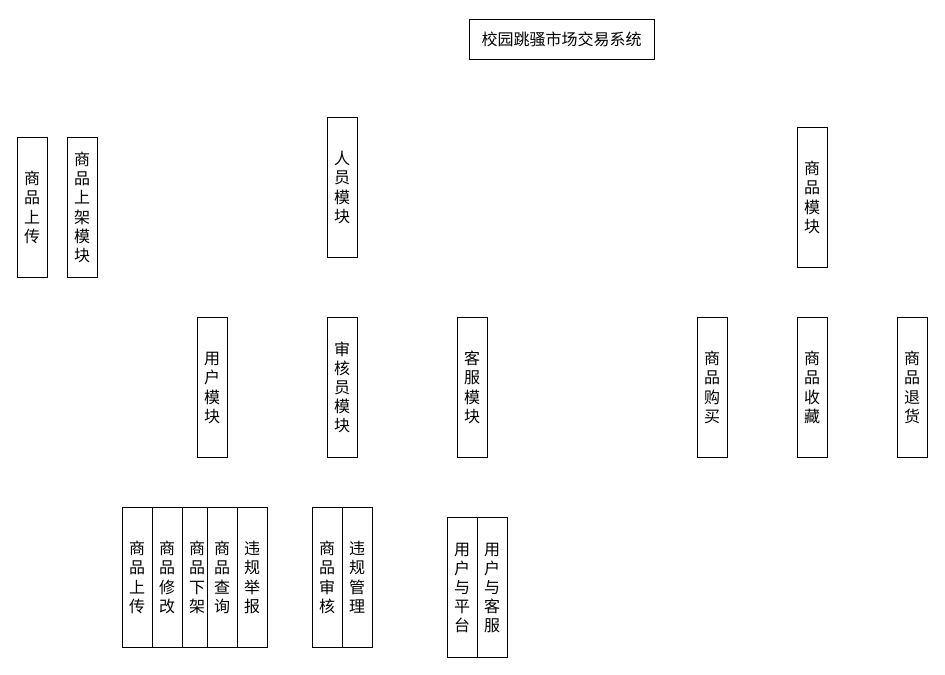
The draw.io diagram 系统框图.drawio in 200928/image, before the edit. Source tidied: cells renumbered, new cells numbered last; positions are measured from the earlier drawing's top-left corner, leaving out a move shared by most shapes. Both pictures are drawn from the tidied source at 100%, with x=0, y=0 at pixel (17, 19).
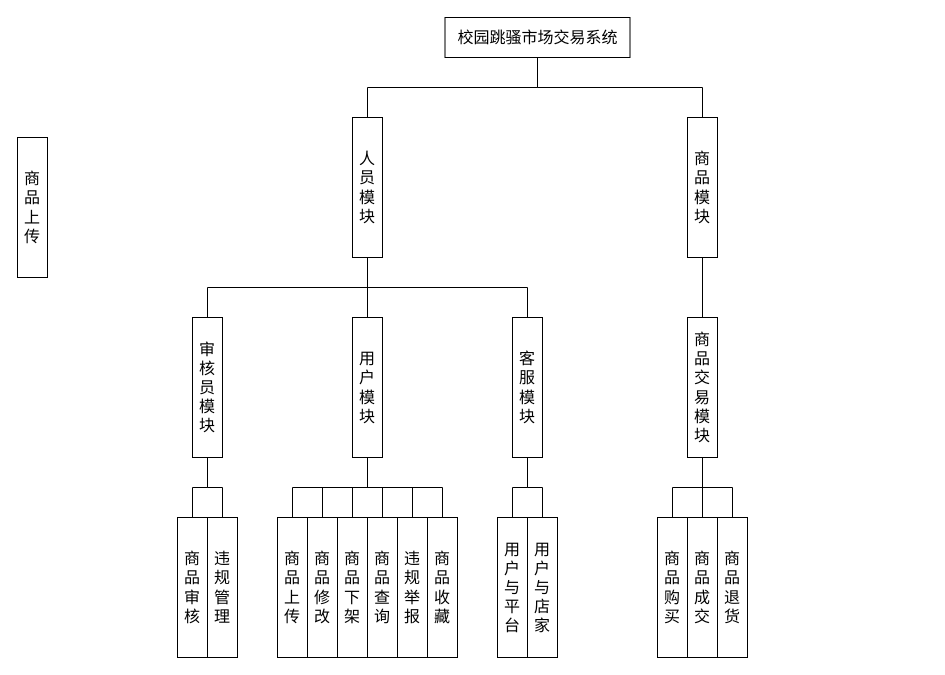
The same diagram, later.

Commit message (it also covers changes not shown here):
更新系统框图.drawio

Diff of the diagram source:
```diff
@@
+    <mxCell id="22" style="edgeStyle=orthogonalEdgeStyle;rounded=0;jettySize=auto;html=1;exitX=0.5;exitY=1;exitDx=0;exitDy=0;entryX=0.5;entryY=0;entryDx=0;entryDy=0;fontSize=16;endArrow=none;endFill=0;" parent="1" edge="1" source="2" target="4">
+      <mxGeometry relative="1" as="geometry" />
+    </mxCell>
+    <mxCell id="23" style="edgeStyle=orthogonalEdgeStyle;rounded=0;jettySize=auto;html=1;exitX=0.5;exitY=1;exitDx=0;exitDy=0;fontSize=16;endArrow=none;endFill=0;" parent="1" edge="1" source="2" target="3">
+      <mxGeometry relative="1" as="geometry" />
+    </mxCell>
     <mxCell id="2" value="&lt;font style=&quot;font-size: 16px&quot;&gt;校园跳骚市场交易系统&lt;/font&gt;" style="rounded=0;whiteSpace=wrap;html=1;" parent="1" vertex="1">
-      <mxGeometry x="452" width="185" height="40" as="geometry" />
+      <mxGeometry x="427.5" y="-2" width="185" height="40" as="geometry" />
     </mxCell>
+    <mxCell id="24" style="edgeStyle=orthogonalEdgeStyle;rounded=0;jettySize=auto;html=1;exitX=0.5;exitY=1;exitDx=0;exitDy=0;entryX=0.5;entryY=0;entryDx=0;entryDy=0;fontSize=16;endArrow=none;endFill=0;" parent="1" edge="1" source="3" target="9">
+      <mxGeometry relative="1" as="geometry" />
+    </mxCell>
     <mxCell id="3" value="商品模块" style="rounded=0;whiteSpace=wrap;html=1;fontSize=16;" parent="1" vertex="1">
-      <mxGeometry x="780" y="108" width="30" height="140" as="geometry" />
+      <mxGeometry x="670" y="98" width="30" height="140" as="geometry" />
     </mxCell>
+    <mxCell id="25" style="edgeStyle=orthogonalEdgeStyle;rounded=0;jettySize=auto;html=1;exitX=0.5;exitY=1;exitDx=0;exitDy=0;fontSize=16;entryX=0.5;entryY=0;entryDx=0;entryDy=0;endArrow=none;endFill=0;" parent="1" edge="1" source="4" target="5">
+      <mxGeometry relative="1" as="geometry">
+        <Array as="points">
+          <mxPoint x="350" y="298" />
+        </Array>
+      </mxGeometry>
+    </mxCell>
+    <mxCell id="26" style="edgeStyle=orthogonalEdgeStyle;rounded=0;jettySize=auto;html=1;exitX=0.5;exitY=1;exitDx=0;exitDy=0;entryX=0.5;entryY=0;entryDx=0;entryDy=0;fontSize=16;endArrow=none;endFill=0;" parent="1" edge="1" source="4" target="6">
+      <mxGeometry relative="1" as="geometry" />
+    </mxCell>
+    <mxCell id="27" style="edgeStyle=orthogonalEdgeStyle;rounded=0;jettySize=auto;html=1;exitX=0.5;exitY=1;exitDx=0;exitDy=0;fontSize=16;endArrow=none;endFill=0;" parent="1" edge="1" source="4" target="12">
+      <mxGeometry relative="1" as="geometry" />
+    </mxCell>
     <mxCell id="4" value="人员模块" style="rounded=0;whiteSpace=wrap;html=1;fontSize=16;" parent="1" vertex="1">
-      <mxGeometry x="310" y="98" width="30" height="140" as="geometry" />
+      <mxGeometry x="335" y="98" width="30" height="140" as="geometry" />
     </mxCell>
+    <mxCell id="28" style="edgeStyle=orthogonalEdgeStyle;rounded=0;jettySize=auto;html=1;exitX=0.5;exitY=1;exitDx=0;exitDy=0;fontSize=16;endArrow=none;endFill=0;" parent="1" edge="1" source="5" target="16">
+      <mxGeometry relative="1" as="geometry" />
+    </mxCell>
+    <mxCell id="29" style="edgeStyle=orthogonalEdgeStyle;rounded=0;jettySize=auto;html=1;exitX=0.5;exitY=1;exitDx=0;exitDy=0;fontSize=16;endArrow=none;endFill=0;" parent="1" edge="1" source="5" target="11">
+      <mxGeometry relative="1" as="geometry" />
+    </mxCell>
+    <mxCell id="30" style="edgeStyle=orthogonalEdgeStyle;rounded=0;jettySize=auto;html=1;exitX=0.5;exitY=1;exitDx=0;exitDy=0;entryX=0.5;entryY=0;entryDx=0;entryDy=0;fontSize=16;endArrow=none;endFill=0;" parent="1" edge="1" source="5" target="17">
+      <mxGeometry relative="1" as="geometry" />
+    </mxCell>
+    <mxCell id="31" style="edgeStyle=orthogonalEdgeStyle;rounded=0;jettySize=auto;html=1;exitX=0.5;exitY=1;exitDx=0;exitDy=0;entryX=0.5;entryY=0;entryDx=0;entryDy=0;fontSize=16;endArrow=none;endFill=0;" parent="1" edge="1" source="5" target="20">
+      <mxGeometry relative="1" as="geometry" />
+    </mxCell>
+    <mxCell id="32" style="edgeStyle=orthogonalEdgeStyle;rounded=0;jettySize=auto;html=1;exitX=0.5;exitY=1;exitDx=0;exitDy=0;entryX=0.5;entryY=0;entryDx=0;entryDy=0;fontSize=16;endArrow=none;endFill=0;" parent="1" edge="1" source="5" target="21">
+      <mxGeometry relative="1" as="geometry" />
+    </mxCell>
+    <mxCell id="33" style="edgeStyle=orthogonalEdgeStyle;rounded=0;jettySize=auto;html=1;exitX=0.5;exitY=1;exitDx=0;exitDy=0;entryX=0.5;entryY=0;entryDx=0;entryDy=0;fontSize=16;endArrow=none;endFill=0;" parent="1" edge="1" source="5" target="19">
+      <mxGeometry relative="1" as="geometry" />
+    </mxCell>
     <mxCell id="5" value="用户模块" style="rounded=0;whiteSpace=wrap;html=1;fontSize=16;" parent="1" vertex="1">
-      <mxGeometry x="180" y="298" width="30" height="140" as="geometry" />
+      <mxGeometry x="335" y="298" width="30" height="140" as="geometry" />
     </mxCell>
+    <mxCell id="34" style="edgeStyle=orthogonalEdgeStyle;rounded=0;jettySize=auto;html=1;exitX=0.5;exitY=1;exitDx=0;exitDy=0;entryX=0.5;entryY=0;entryDx=0;entryDy=0;fontSize=16;endArrow=none;endFill=0;" parent="1" edge="1" source="6" target="8">
+      <mxGeometry relative="1" as="geometry" />
+    </mxCell>
+    <mxCell id="35" style="edgeStyle=orthogonalEdgeStyle;rounded=0;jettySize=auto;html=1;exitX=0.5;exitY=1;exitDx=0;exitDy=0;entryX=0.5;entryY=0;entryDx=0;entryDy=0;fontSize=16;endArrow=none;endFill=0;" parent="1" edge="1" source="6" target="15">
+      <mxGeometry relative="1" as="geometry" />
+    </mxCell>
     <mxCell id="6" value="审核员模块" style="rounded=0;whiteSpace=wrap;html=1;fontSize=16;" parent="1" vertex="1">
-      <mxGeometry x="310" y="298" width="30" height="140" as="geometry" />
+      <mxGeometry x="175" y="298" width="30" height="140" as="geometry" />
     </mxCell>
@@
     <mxCell id="8" value="商品审核" style="rounded=0;whiteSpace=wrap;html=1;fontSize=16;" parent="1" vertex="1">
-      <mxGeometry x="295" y="488" width="30" height="140" as="geometry" />
+      <mxGeometry x="160" y="498" width="30" height="140" as="geometry" />
     </mxCell>
+    <mxCell id="36" style="edgeStyle=orthogonalEdgeStyle;rounded=0;jettySize=auto;html=1;exitX=0.5;exitY=1;exitDx=0;exitDy=0;entryX=0.5;entryY=0;entryDx=0;entryDy=0;fontSize=16;endArrow=none;endFill=0;" parent="1" edge="1" source="9" target="10">
+      <mxGeometry relative="1" as="geometry" />
+    </mxCell>
+    <mxCell id="37" style="edgeStyle=orthogonalEdgeStyle;rounded=0;jettySize=auto;html=1;exitX=0.5;exitY=1;exitDx=0;exitDy=0;entryX=0.5;entryY=0;entryDx=0;entryDy=0;fontSize=16;endArrow=none;endFill=0;" parent="1" edge="1" source="9" target="41">
+      <mxGeometry relative="1" as="geometry" />
+    </mxCell>
+    <mxCell id="38" style="edgeStyle=orthogonalEdgeStyle;rounded=0;jettySize=auto;html=1;exitX=0.5;exitY=1;exitDx=0;exitDy=0;entryX=0.5;entryY=0;entryDx=0;entryDy=0;fontSize=16;endArrow=none;endFill=0;" parent="1" edge="1" source="9" target="18">
+      <mxGeometry relative="1" as="geometry" />
+    </mxCell>
-    <mxCell id="9" value="商品上架模块" style="rounded=0;whiteSpace=wrap;html=1;fontSize=16;" parent="1" vertex="1">
-      <mxGeometry x="50" y="118" width="30" height="140" as="geometry" />
+    <mxCell id="9" value="商品交易模块" style="rounded=0;whiteSpace=wrap;html=1;fontSize=16;" parent="1" vertex="1">
+      <mxGeometry x="670" y="298" width="30" height="140" as="geometry" />
     </mxCell>
     <mxCell id="10" value="商品购买" style="rounded=0;whiteSpace=wrap;html=1;fontSize=16;" parent="1" vertex="1">
-      <mxGeometry x="680" y="298" width="30" height="140" as="geometry" />
+      <mxGeometry x="640" y="498" width="30" height="140" as="geometry" />
     </mxCell>
     <mxCell id="11" value="商品修改" style="rounded=0;whiteSpace=wrap;html=1;fontSize=16;" parent="1" vertex="1">
-      <mxGeometry x="135" y="488" width="30" height="140" as="geometry" />
+      <mxGeometry x="290" y="498" width="30" height="140" as="geometry" />
     </mxCell>
+    <mxCell id="39" style="edgeStyle=orthogonalEdgeStyle;rounded=0;jettySize=auto;html=1;exitX=0.5;exitY=1;exitDx=0;exitDy=0;entryX=0.5;entryY=0;entryDx=0;entryDy=0;fontSize=16;endArrow=none;endFill=0;" parent="1" edge="1" source="12" target="13">
+      <mxGeometry relative="1" as="geometry" />
+    </mxCell>
+    <mxCell id="40" style="edgeStyle=orthogonalEdgeStyle;rounded=0;jettySize=auto;html=1;exitX=0.5;exitY=1;exitDx=0;exitDy=0;entryX=0.5;entryY=0;entryDx=0;entryDy=0;fontSize=16;endArrow=none;endFill=0;" parent="1" edge="1" source="12" target="14">
+      <mxGeometry relative="1" as="geometry" />
+    </mxCell>
     <mxCell id="12" value="客服模块" style="rounded=0;whiteSpace=wrap;html=1;fontSize=16;" parent="1" vertex="1">
-      <mxGeometry x="440" y="298" width="30" height="140" as="geometry" />
+      <mxGeometry x="495" y="298" width="30" height="140" as="geometry" />
     </mxCell>
     <mxCell id="13" value="用户与平台" style="rounded=0;whiteSpace=wrap;html=1;fontSize=16;" parent="1" vertex="1">
-      <mxGeometry x="430" y="498" width="30" height="140" as="geometry" />
+      <mxGeometry x="480" y="498" width="30" height="140" as="geometry" />
     </mxCell>
-    <mxCell id="14" value="用户与客服" style="rounded=0;whiteSpace=wrap;html=1;fontSize=16;" parent="1" vertex="1">
-      <mxGeometry x="460" y="498" width="30" height="140" as="geometry" />
+    <mxCell id="14" value="用户与店家" style="rounded=0;whiteSpace=wrap;html=1;fontSize=16;" parent="1" vertex="1">
+      <mxGeometry x="510" y="498" width="30" height="140" as="geometry" />
     </mxCell>
     <mxCell id="15" value="违规管理" style="rounded=0;whiteSpace=wrap;html=1;fontSize=16;" parent="1" vertex="1">
-      <mxGeometry x="325" y="488" width="30" height="140" as="geometry" />
+      <mxGeometry x="190" y="498" width="30" height="140" as="geometry" />
     </mxCell>
     <mxCell id="16" value="商品上传" style="rounded=0;whiteSpace=wrap;html=1;fontSize=16;" parent="1" vertex="1">
-      <mxGeometry x="105" y="488" width="30" height="140" as="geometry" />
+      <mxGeometry x="260" y="498" width="30" height="140" as="geometry" />
     </mxCell>
     <mxCell id="17" value="商品下架" style="rounded=0;whiteSpace=wrap;html=1;fontSize=16;" parent="1" vertex="1">
-      <mxGeometry x="165" y="488" width="30" height="140" as="geometry" />
+      <mxGeometry x="320" y="498" width="30" height="140" as="geometry" />
     </mxCell>
     <mxCell id="18" value="商品退货" style="rounded=0;whiteSpace=wrap;html=1;fontSize=16;" parent="1" vertex="1">
-      <mxGeometry x="880" y="298" width="30" height="140" as="geometry" />
+      <mxGeometry x="700" y="498" width="30" height="140" as="geometry" />
     </mxCell>
     <mxCell id="19" value="商品收藏" style="rounded=0;whiteSpace=wrap;html=1;fontSize=16;" parent="1" vertex="1">
-      <mxGeometry x="780" y="298" width="30" height="140" as="geometry" />
+      <mxGeometry x="410" y="498" width="30" height="140" as="geometry" />
     </mxCell>
     <mxCell id="20" value="商品查询" style="rounded=0;whiteSpace=wrap;html=1;fontSize=16;" parent="1" vertex="1">
-      <mxGeometry x="190" y="488" width="30" height="140" as="geometry" />
+      <mxGeometry x="350" y="498" width="30" height="140" as="geometry" />
     </mxCell>
     <mxCell id="21" value="违规举报" style="rounded=0;whiteSpace=wrap;html=1;fontSize=16;" parent="1" vertex="1">
-      <mxGeometry x="220" y="488" width="30" height="140" as="geometry" />
+      <mxGeometry x="380" y="498" width="30" height="140" as="geometry" />
     </mxCell>
+    <mxCell id="41" value="商品成交" style="rounded=0;whiteSpace=wrap;html=1;fontSize=16;" parent="1" vertex="1">
+      <mxGeometry x="670" y="498" width="30" height="140" as="geometry" />
+    </mxCell>
```
